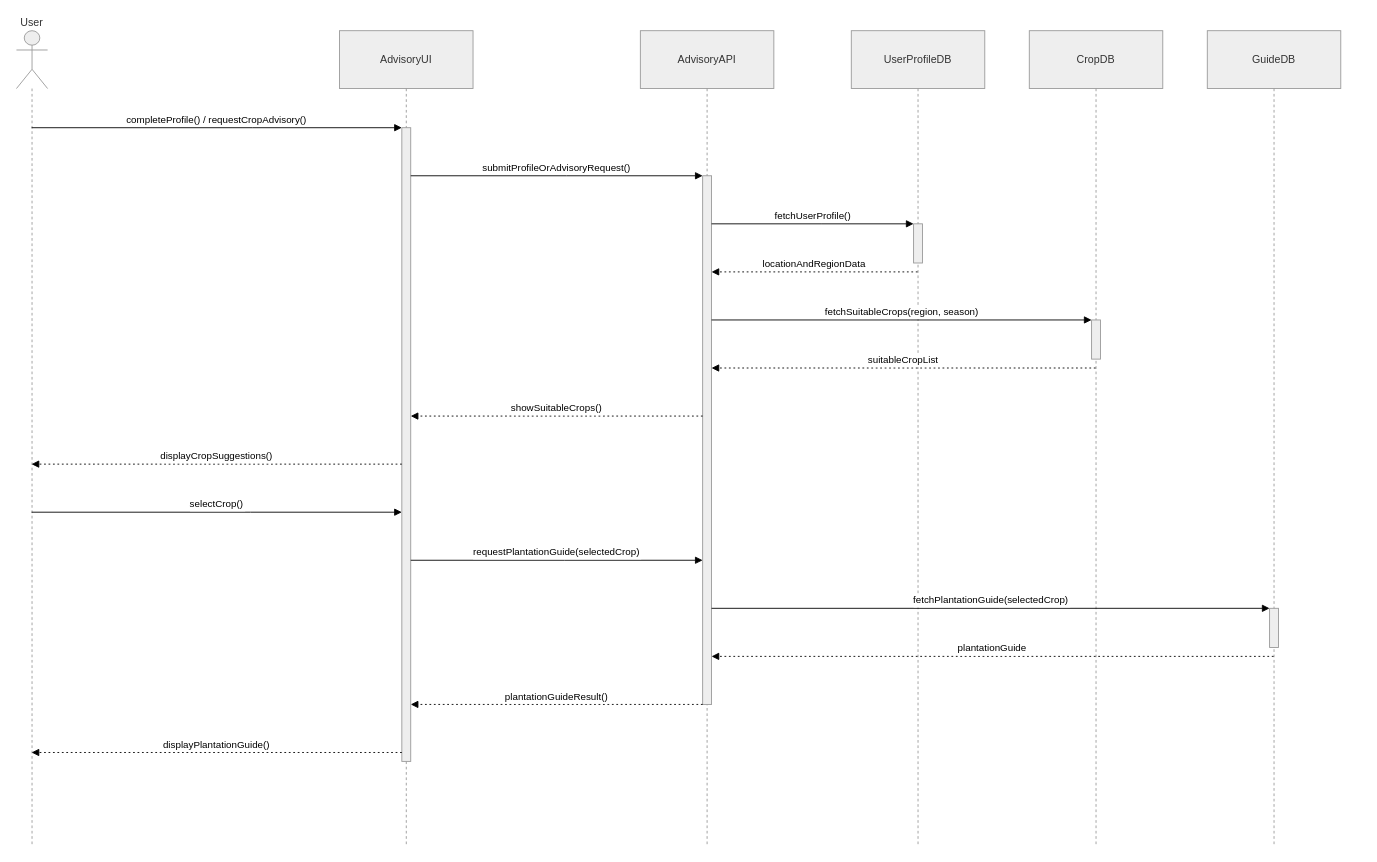
Earlier version of the draw.io diagram final/Sequence Diagram for Crop Advisory and Plantation Guide.drawio (bidur7745/Drawio-Files). Source tidied: cells renumbered, new cells numbered last; positions are measured from the earlier drawing's top-left corner, leaving out a move shared by most shapes. Both pictures are drawn from the tidied source at 89%, with x=0, y=0 at pixel (16, 30).
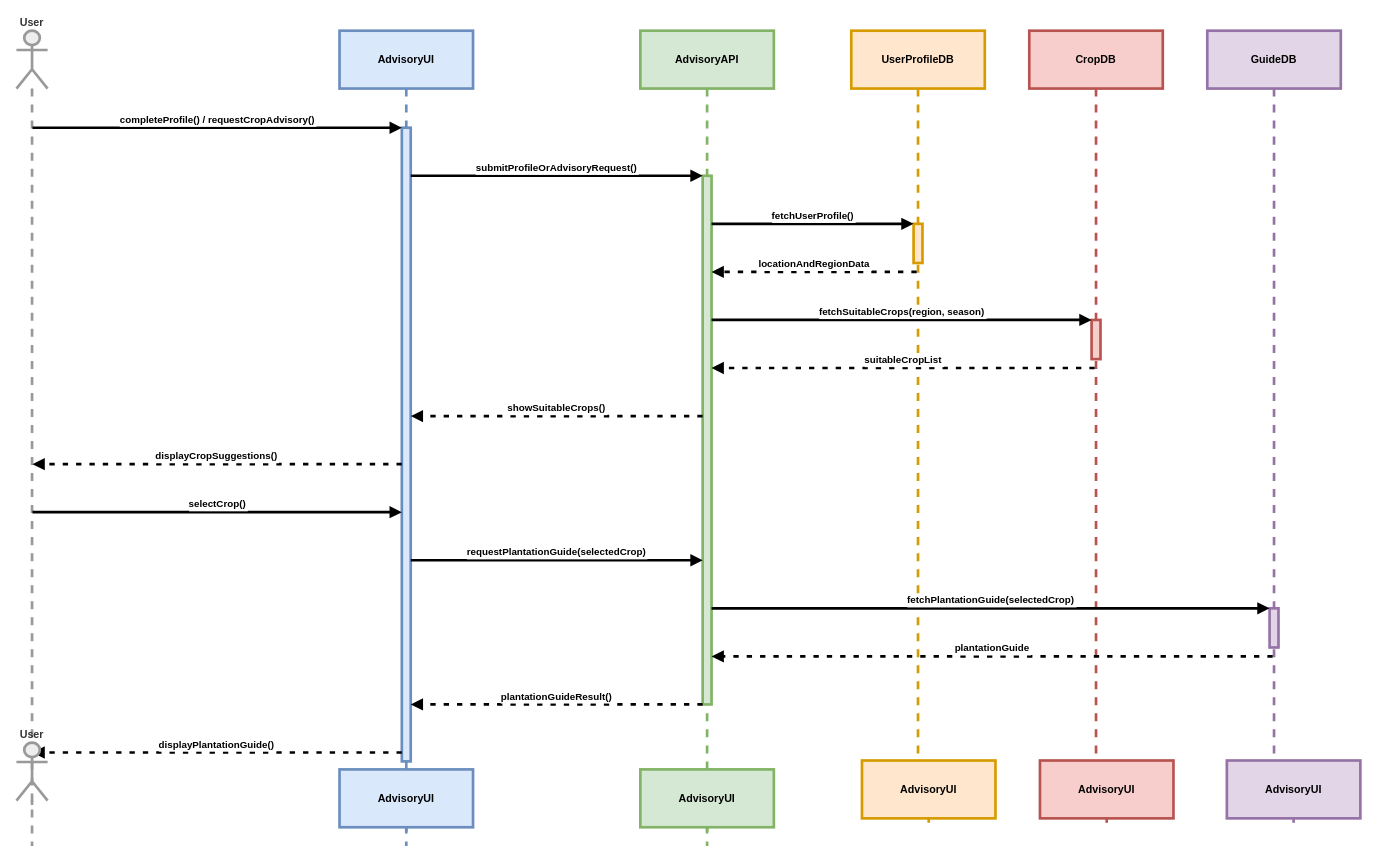
The same diagram, later.

Diff of the diagram source:
```diff
@@
-    <mxCell id="2" value="User" style="shape=umlLifeline;perimeter=lifelinePerimeter;whiteSpace=wrap;outlineConnect=0;portConstraint=eastwest;newEdgeStyle={&quot;edgeStyle&quot;:&quot;elbowEdgeStyle&quot;,&quot;elbow&quot;:&quot;vertical&quot;,&quot;curved&quot;:0,&quot;rounded&quot;:0};participant=umlActor;verticalAlign=bottom;labelPosition=center;verticalLabelPosition=top;align=center;size=65;fillColor=light-dark(#eeeeee,#1f2020);strokeColor=light-dark(#999999,#cccccc);fontColor=light-dark(#333333,#cccccc);" parent="1" vertex="1">
+    <mxCell id="2" value="User" style="shape=umlLifeline;perimeter=lifelinePerimeter;whiteSpace=wrap;outlineConnect=0;portConstraint=eastwest;newEdgeStyle={&quot;edgeStyle&quot;:&quot;elbowEdgeStyle&quot;,&quot;elbow&quot;:&quot;vertical&quot;,&quot;curved&quot;:0,&quot;rounded&quot;:0};participant=umlActor;verticalAlign=bottom;labelPosition=center;verticalLabelPosition=top;align=center;size=65;fillColor=light-dark(#eeeeee,#1f2020);strokeColor=light-dark(#999999,#cccccc);fontColor=light-dark(#333333,#cccccc);strokeWidth=3;fontStyle=1;" parent="1" vertex="1">
       <mxGeometry width="35" height="916" as="geometry" />
     </mxCell>
-    <mxCell id="3" value="AdvisoryUI" style="shape=umlLifeline;perimeter=lifelinePerimeter;whiteSpace=wrap;newEdgeStyle={&quot;edgeStyle&quot;:&quot;elbowEdgeStyle&quot;,&quot;elbow&quot;:&quot;vertical&quot;,&quot;curved&quot;:0,&quot;rounded&quot;:0};size=65;fillColor=light-dark(#eeeeee,#1f2020);strokeColor=light-dark(#999999,#cccccc);fontColor=light-dark(#333333,#cccccc);" parent="1" vertex="1">
+    <mxCell id="3" value="AdvisoryUI" style="shape=umlLifeline;perimeter=lifelinePerimeter;whiteSpace=wrap;newEdgeStyle={&quot;edgeStyle&quot;:&quot;elbowEdgeStyle&quot;,&quot;elbow&quot;:&quot;vertical&quot;,&quot;curved&quot;:0,&quot;rounded&quot;:0};size=65;fillColor=#dae8fc;strokeColor=#6c8ebf;strokeWidth=3;fontStyle=1;" parent="1" vertex="1">
       <mxGeometry x="363" width="150" height="916" as="geometry" />
     </mxCell>
-    <mxCell id="4" style="points=[];perimeter=orthogonalPerimeter;outlineConnect=0;targetShapes=umlLifeline;portConstraint=eastwest;newEdgeStyle={&quot;edgeStyle&quot;:&quot;elbowEdgeStyle&quot;,&quot;elbow&quot;:&quot;vertical&quot;,&quot;curved&quot;:0,&quot;rounded&quot;:0};fillColor=light-dark(#eeeeee,#1f2020);strokeColor=light-dark(#999999,#cccccc);fontColor=light-dark(#333333,#cccccc);" parent="3" vertex="1">
+    <mxCell id="4" style="points=[];perimeter=orthogonalPerimeter;outlineConnect=0;targetShapes=umlLifeline;portConstraint=eastwest;newEdgeStyle={&quot;edgeStyle&quot;:&quot;elbowEdgeStyle&quot;,&quot;elbow&quot;:&quot;vertical&quot;,&quot;curved&quot;:0,&quot;rounded&quot;:0};fillColor=#dae8fc;strokeColor=#6c8ebf;strokeWidth=3;fontStyle=1;" parent="3" vertex="1">
       <mxGeometry x="70" y="109" width="10" height="712" as="geometry" />
     </mxCell>
-    <mxCell id="5" value="AdvisoryAPI" style="shape=umlLifeline;perimeter=lifelinePerimeter;whiteSpace=wrap;newEdgeStyle={&quot;edgeStyle&quot;:&quot;elbowEdgeStyle&quot;,&quot;elbow&quot;:&quot;vertical&quot;,&quot;curved&quot;:0,&quot;rounded&quot;:0};size=65;fillColor=light-dark(#eeeeee,#1f2020);strokeColor=light-dark(#999999,#cccccc);fontColor=light-dark(#333333,#cccccc);" parent="1" vertex="1">
+    <mxCell id="5" value="AdvisoryAPI" style="shape=umlLifeline;perimeter=lifelinePerimeter;whiteSpace=wrap;newEdgeStyle={&quot;edgeStyle&quot;:&quot;elbowEdgeStyle&quot;,&quot;elbow&quot;:&quot;vertical&quot;,&quot;curved&quot;:0,&quot;rounded&quot;:0};size=65;fillColor=#d5e8d4;strokeColor=#82b366;strokeWidth=3;fontStyle=1;" parent="1" vertex="1">
       <mxGeometry x="701" width="150" height="916" as="geometry" />
     </mxCell>
-    <mxCell id="6" style="points=[];perimeter=orthogonalPerimeter;outlineConnect=0;targetShapes=umlLifeline;portConstraint=eastwest;newEdgeStyle={&quot;edgeStyle&quot;:&quot;elbowEdgeStyle&quot;,&quot;elbow&quot;:&quot;vertical&quot;,&quot;curved&quot;:0,&quot;rounded&quot;:0};fillColor=light-dark(#eeeeee,#1f2020);strokeColor=light-dark(#999999,#cccccc);fontColor=light-dark(#333333,#cccccc);" parent="5" vertex="1">
+    <mxCell id="6" style="points=[];perimeter=orthogonalPerimeter;outlineConnect=0;targetShapes=umlLifeline;portConstraint=eastwest;newEdgeStyle={&quot;edgeStyle&quot;:&quot;elbowEdgeStyle&quot;,&quot;elbow&quot;:&quot;vertical&quot;,&quot;curved&quot;:0,&quot;rounded&quot;:0};fillColor=#d5e8d4;strokeColor=#82b366;strokeWidth=3;fontStyle=1;" parent="5" vertex="1">
       <mxGeometry x="70" y="163" width="10" height="594" as="geometry" />
     </mxCell>
-    <mxCell id="7" value="UserProfileDB" style="shape=umlLifeline;perimeter=lifelinePerimeter;whiteSpace=wrap;outlineConnect=0;portConstraint=eastwest;newEdgeStyle={&quot;edgeStyle&quot;:&quot;elbowEdgeStyle&quot;,&quot;elbow&quot;:&quot;vertical&quot;,&quot;curved&quot;:0,&quot;rounded&quot;:0};size=65;fillColor=light-dark(#eeeeee,#1f2020);strokeColor=light-dark(#999999,#cccccc);fontColor=light-dark(#333333,#cccccc);" parent="1" vertex="1">
-      <mxGeometry x="938" width="150" height="916" as="geometry" />
+    <mxCell id="7" value="UserProfileDB" style="shape=umlLifeline;perimeter=lifelinePerimeter;whiteSpace=wrap;outlineConnect=0;portConstraint=eastwest;newEdgeStyle={&quot;edgeStyle&quot;:&quot;elbowEdgeStyle&quot;,&quot;elbow&quot;:&quot;vertical&quot;,&quot;curved&quot;:0,&quot;rounded&quot;:0};size=65;fillColor=#ffe6cc;strokeColor=#d79b00;strokeWidth=3;fontStyle=1;" parent="1" vertex="1">
+      <mxGeometry x="938" width="150" height="890" as="geometry" />
     </mxCell>
-    <mxCell id="8" style="points=[];perimeter=orthogonalPerimeter;outlineConnect=0;targetShapes=umlLifeline;portConstraint=eastwest;newEdgeStyle={&quot;edgeStyle&quot;:&quot;elbowEdgeStyle&quot;,&quot;elbow&quot;:&quot;vertical&quot;,&quot;curved&quot;:0,&quot;rounded&quot;:0};fillColor=light-dark(#eeeeee,#1f2020);strokeColor=light-dark(#999999,#cccccc);fontColor=light-dark(#333333,#cccccc);" parent="7" vertex="1">
+    <mxCell id="8" style="points=[];perimeter=orthogonalPerimeter;outlineConnect=0;targetShapes=umlLifeline;portConstraint=eastwest;newEdgeStyle={&quot;edgeStyle&quot;:&quot;elbowEdgeStyle&quot;,&quot;elbow&quot;:&quot;vertical&quot;,&quot;curved&quot;:0,&quot;rounded&quot;:0};fillColor=#ffe6cc;strokeColor=#d79b00;strokeWidth=3;fontStyle=1;" parent="7" vertex="1">
       <mxGeometry x="70" y="217" width="10" height="44" as="geometry" />
     </mxCell>
-    <mxCell id="9" value="CropDB" style="shape=umlLifeline;perimeter=lifelinePerimeter;whiteSpace=wrap;outlineConnect=0;portConstraint=eastwest;newEdgeStyle={&quot;edgeStyle&quot;:&quot;elbowEdgeStyle&quot;,&quot;elbow&quot;:&quot;vertical&quot;,&quot;curved&quot;:0,&quot;rounded&quot;:0};size=65;fillColor=light-dark(#eeeeee,#1f2020);strokeColor=light-dark(#999999,#cccccc);fontColor=light-dark(#333333,#cccccc);" parent="1" vertex="1">
-      <mxGeometry x="1138" width="150" height="916" as="geometry" />
+    <mxCell id="9" value="CropDB" style="shape=umlLifeline;perimeter=lifelinePerimeter;whiteSpace=wrap;outlineConnect=0;portConstraint=eastwest;newEdgeStyle={&quot;edgeStyle&quot;:&quot;elbowEdgeStyle&quot;,&quot;elbow&quot;:&quot;vertical&quot;,&quot;curved&quot;:0,&quot;rounded&quot;:0};size=65;fillColor=#f8cecc;strokeColor=#b85450;strokeWidth=3;fontStyle=1;" parent="1" vertex="1">
+      <mxGeometry x="1138" width="150" height="890" as="geometry" />
     </mxCell>
-    <mxCell id="10" style="points=[];perimeter=orthogonalPerimeter;outlineConnect=0;targetShapes=umlLifeline;portConstraint=eastwest;newEdgeStyle={&quot;edgeStyle&quot;:&quot;elbowEdgeStyle&quot;,&quot;elbow&quot;:&quot;vertical&quot;,&quot;curved&quot;:0,&quot;rounded&quot;:0};fillColor=light-dark(#eeeeee,#1f2020);strokeColor=light-dark(#999999,#cccccc);fontColor=light-dark(#333333,#cccccc);" parent="9" vertex="1">
+    <mxCell id="10" style="points=[];perimeter=orthogonalPerimeter;outlineConnect=0;targetShapes=umlLifeline;portConstraint=eastwest;newEdgeStyle={&quot;edgeStyle&quot;:&quot;elbowEdgeStyle&quot;,&quot;elbow&quot;:&quot;vertical&quot;,&quot;curved&quot;:0,&quot;rounded&quot;:0};fillColor=#f8cecc;strokeColor=#b85450;strokeWidth=3;fontStyle=1;" parent="9" vertex="1">
       <mxGeometry x="70" y="325" width="10" height="44" as="geometry" />
     </mxCell>
-    <mxCell id="11" value="GuideDB" style="shape=umlLifeline;perimeter=lifelinePerimeter;whiteSpace=wrap;outlineConnect=0;portConstraint=eastwest;newEdgeStyle={&quot;edgeStyle&quot;:&quot;elbowEdgeStyle&quot;,&quot;elbow&quot;:&quot;vertical&quot;,&quot;curved&quot;:0,&quot;rounded&quot;:0};size=65;fillColor=light-dark(#eeeeee,#1f2020);strokeColor=light-dark(#999999,#cccccc);fontColor=light-dark(#333333,#cccccc);" parent="1" vertex="1">
-      <mxGeometry x="1338" width="150" height="916" as="geometry" />
+    <mxCell id="11" value="GuideDB" style="shape=umlLifeline;perimeter=lifelinePerimeter;whiteSpace=wrap;outlineConnect=0;portConstraint=eastwest;newEdgeStyle={&quot;edgeStyle&quot;:&quot;elbowEdgeStyle&quot;,&quot;elbow&quot;:&quot;vertical&quot;,&quot;curved&quot;:0,&quot;rounded&quot;:0};size=65;fillColor=#e1d5e7;strokeColor=#9673a6;strokeWidth=3;fontStyle=1;" parent="1" vertex="1">
+      <mxGeometry x="1338" width="150" height="890" as="geometry" />
     </mxCell>
-    <mxCell id="12" style="points=[];perimeter=orthogonalPerimeter;outlineConnect=0;targetShapes=umlLifeline;portConstraint=eastwest;newEdgeStyle={&quot;edgeStyle&quot;:&quot;elbowEdgeStyle&quot;,&quot;elbow&quot;:&quot;vertical&quot;,&quot;curved&quot;:0,&quot;rounded&quot;:0};fillColor=light-dark(#eeeeee,#1f2020);strokeColor=light-dark(#999999,#cccccc);fontColor=light-dark(#333333,#cccccc);" parent="11" vertex="1">
+    <mxCell id="12" style="points=[];perimeter=orthogonalPerimeter;outlineConnect=0;targetShapes=umlLifeline;portConstraint=eastwest;newEdgeStyle={&quot;edgeStyle&quot;:&quot;elbowEdgeStyle&quot;,&quot;elbow&quot;:&quot;vertical&quot;,&quot;curved&quot;:0,&quot;rounded&quot;:0};fillColor=#e1d5e7;strokeColor=#9673a6;strokeWidth=3;fontStyle=1;" parent="11" vertex="1">
       <mxGeometry x="70" y="649" width="10" height="44" as="geometry" />
     </mxCell>
-    <mxCell id="13" value="completeProfile() / requestCropAdvisory()" style="verticalAlign=bottom;edgeStyle=elbowEdgeStyle;elbow=vertical;curved=0;rounded=0;endArrow=block;" parent="1" edge="1" source="2" target="4">
+    <mxCell id="13" value="completeProfile() / requestCropAdvisory()" style="verticalAlign=bottom;edgeStyle=elbowEdgeStyle;elbow=vertical;curved=0;rounded=0;endArrow=block;strokeWidth=3;fontStyle=1;" parent="1" edge="1" source="2" target="4">
       <mxGeometry relative="1" as="geometry">
         <Array as="points">
           <mxPoint x="265" y="109" />
         </Array>
       </mxGeometry>
     </mxCell>
-    <mxCell id="14" value="submitProfileOrAdvisoryRequest()" style="verticalAlign=bottom;edgeStyle=elbowEdgeStyle;elbow=vertical;curved=0;rounded=0;endArrow=block;" parent="1" edge="1" source="4" target="6">
+    <mxCell id="14" value="submitProfileOrAdvisoryRequest()" style="verticalAlign=bottom;edgeStyle=elbowEdgeStyle;elbow=vertical;curved=0;rounded=0;endArrow=block;strokeWidth=3;fontStyle=1;" parent="1" edge="1" source="4" target="6">
       <mxGeometry relative="1" as="geometry">
         <Array as="points">
           <mxPoint x="618" y="163" />
         </Array>
       </mxGeometry>
     </mxCell>
-    <mxCell id="15" value="fetchUserProfile()" style="verticalAlign=bottom;edgeStyle=elbowEdgeStyle;elbow=vertical;curved=0;rounded=0;endArrow=block;" parent="1" edge="1" source="6" target="8">
+    <mxCell id="15" value="fetchUserProfile()" style="verticalAlign=bottom;edgeStyle=elbowEdgeStyle;elbow=vertical;curved=0;rounded=0;endArrow=block;strokeWidth=3;fontStyle=1;" parent="1" edge="1" source="6" target="8">
       <mxGeometry relative="1" as="geometry">
         <Array as="points">
           <mxPoint x="905" y="217" />
         </Array>
       </mxGeometry>
     </mxCell>
-    <mxCell id="16" value="locationAndRegionData" style="verticalAlign=bottom;edgeStyle=elbowEdgeStyle;elbow=vertical;curved=0;rounded=0;dashed=1;dashPattern=2 3;endArrow=block;" parent="1" edge="1" source="7" target="6">
+    <mxCell id="16" value="locationAndRegionData" style="verticalAlign=bottom;edgeStyle=elbowEdgeStyle;elbow=vertical;curved=0;rounded=0;dashed=1;dashPattern=2 3;endArrow=block;strokeWidth=3;fontStyle=1;" parent="1" edge="1" source="7" target="6">
       <mxGeometry relative="1" as="geometry">
         <Array as="points">
           <mxPoint x="906" y="271" />
         </Array>
       </mxGeometry>
     </mxCell>
-    <mxCell id="17" value="fetchSuitableCrops(region, season)" style="verticalAlign=bottom;edgeStyle=elbowEdgeStyle;elbow=vertical;curved=0;rounded=0;endArrow=block;" parent="1" edge="1" source="6" target="10">
+    <mxCell id="17" value="fetchSuitableCrops(region, season)" style="verticalAlign=bottom;edgeStyle=elbowEdgeStyle;elbow=vertical;curved=0;rounded=0;endArrow=block;strokeWidth=3;fontStyle=1;" parent="1" edge="1" source="6" target="10">
       <mxGeometry relative="1" as="geometry">
         <Array as="points">
           <mxPoint x="1005" y="325" />
         </Array>
       </mxGeometry>
     </mxCell>
-    <mxCell id="18" value="suitableCropList" style="verticalAlign=bottom;edgeStyle=elbowEdgeStyle;elbow=vertical;curved=0;rounded=0;dashed=1;dashPattern=2 3;endArrow=block;" parent="1" edge="1" source="9" target="6">
+    <mxCell id="18" value="suitableCropList" style="verticalAlign=bottom;edgeStyle=elbowEdgeStyle;elbow=vertical;curved=0;rounded=0;dashed=1;dashPattern=2 3;endArrow=block;strokeWidth=3;fontStyle=1;" parent="1" edge="1" source="9" target="6">
       <mxGeometry relative="1" as="geometry">
         <Array as="points">
           <mxPoint x="1006" y="379" />
         </Array>
       </mxGeometry>
     </mxCell>
-    <mxCell id="19" value="showSuitableCrops()" style="verticalAlign=bottom;edgeStyle=elbowEdgeStyle;elbow=vertical;curved=0;rounded=0;dashed=1;dashPattern=2 3;endArrow=block;" parent="1" edge="1" source="6" target="4">
+    <mxCell id="19" value="showSuitableCrops()" style="verticalAlign=bottom;edgeStyle=elbowEdgeStyle;elbow=vertical;curved=0;rounded=0;dashed=1;dashPattern=2 3;endArrow=block;strokeWidth=3;fontStyle=1;" parent="1" edge="1" source="6" target="4">
       <mxGeometry relative="1" as="geometry">
         <Array as="points">
           <mxPoint x="619" y="433" />
         </Array>
       </mxGeometry>
     </mxCell>
-    <mxCell id="20" value="displayCropSuggestions()" style="verticalAlign=bottom;edgeStyle=elbowEdgeStyle;elbow=vertical;curved=0;rounded=0;dashed=1;dashPattern=2 3;endArrow=block;" parent="1" edge="1" source="4" target="2">
+    <mxCell id="20" value="displayCropSuggestions()" style="verticalAlign=bottom;edgeStyle=elbowEdgeStyle;elbow=vertical;curved=0;rounded=0;dashed=1;dashPattern=2 3;endArrow=block;strokeWidth=3;fontStyle=1;" parent="1" edge="1" source="4" target="2">
       <mxGeometry relative="1" as="geometry">
         <Array as="points">
           <mxPoint x="266" y="487" />
         </Array>
       </mxGeometry>
     </mxCell>
-    <mxCell id="21" value="selectCrop()" style="verticalAlign=bottom;edgeStyle=elbowEdgeStyle;elbow=vertical;curved=0;rounded=0;endArrow=block;" parent="1" edge="1" source="2" target="4">
+    <mxCell id="21" value="selectCrop()" style="verticalAlign=bottom;edgeStyle=elbowEdgeStyle;elbow=vertical;curved=0;rounded=0;endArrow=block;strokeWidth=3;fontStyle=1;" parent="1" edge="1" source="2" target="4">
       <mxGeometry relative="1" as="geometry">
         <Array as="points">
           <mxPoint x="263" y="541" />
         </Array>
       </mxGeometry>
     </mxCell>
-    <mxCell id="22" value="requestPlantationGuide(selectedCrop)" style="verticalAlign=bottom;edgeStyle=elbowEdgeStyle;elbow=vertical;curved=0;rounded=0;endArrow=block;" parent="1" edge="1" source="4" target="6">
+    <mxCell id="22" value="requestPlantationGuide(selectedCrop)" style="verticalAlign=bottom;edgeStyle=elbowEdgeStyle;elbow=vertical;curved=0;rounded=0;endArrow=block;strokeWidth=3;fontStyle=1;" parent="1" edge="1" source="4" target="6">
       <mxGeometry relative="1" as="geometry">
         <Array as="points">
           <mxPoint x="616" y="595" />
         </Array>
       </mxGeometry>
     </mxCell>
-    <mxCell id="23" value="fetchPlantationGuide(selectedCrop)" style="verticalAlign=bottom;edgeStyle=elbowEdgeStyle;elbow=vertical;curved=0;rounded=0;endArrow=block;" parent="1" edge="1" source="6" target="12">
+    <mxCell id="23" value="fetchPlantationGuide(selectedCrop)" style="verticalAlign=bottom;edgeStyle=elbowEdgeStyle;elbow=vertical;curved=0;rounded=0;endArrow=block;strokeWidth=3;fontStyle=1;" parent="1" edge="1" source="6" target="12">
       <mxGeometry relative="1" as="geometry">
         <Array as="points">
           <mxPoint x="1105" y="649" />
         </Array>
       </mxGeometry>
     </mxCell>
-    <mxCell id="24" value="plantationGuide" style="verticalAlign=bottom;edgeStyle=elbowEdgeStyle;elbow=vertical;curved=0;rounded=0;dashed=1;dashPattern=2 3;endArrow=block;" parent="1" edge="1" source="11" target="6">
+    <mxCell id="24" value="plantationGuide" style="verticalAlign=bottom;edgeStyle=elbowEdgeStyle;elbow=vertical;curved=0;rounded=0;dashed=1;dashPattern=2 3;endArrow=block;strokeWidth=3;fontStyle=1;" parent="1" edge="1" source="11" target="6">
       <mxGeometry relative="1" as="geometry">
         <Array as="points">
           <mxPoint x="1106" y="703" />
         </Array>
       </mxGeometry>
     </mxCell>
-    <mxCell id="25" value="plantationGuideResult()" style="verticalAlign=bottom;edgeStyle=elbowEdgeStyle;elbow=vertical;curved=0;rounded=0;dashed=1;dashPattern=2 3;endArrow=block;" parent="1" edge="1" source="6" target="4">
+    <mxCell id="25" value="plantationGuideResult()" style="verticalAlign=bottom;edgeStyle=elbowEdgeStyle;elbow=vertical;curved=0;rounded=0;dashed=1;dashPattern=2 3;endArrow=block;strokeWidth=3;fontStyle=1;" parent="1" edge="1" source="6" target="4">
       <mxGeometry relative="1" as="geometry">
         <Array as="points">
           <mxPoint x="619" y="757" />
         </Array>
       </mxGeometry>
     </mxCell>
-    <mxCell id="26" value="displayPlantationGuide()" style="verticalAlign=bottom;edgeStyle=elbowEdgeStyle;elbow=vertical;curved=0;rounded=0;dashed=1;dashPattern=2 3;endArrow=block;" parent="1" edge="1" source="4" target="2">
+    <mxCell id="26" value="displayPlantationGuide()" style="verticalAlign=bottom;edgeStyle=elbowEdgeStyle;elbow=vertical;curved=0;rounded=0;dashed=1;dashPattern=2 3;endArrow=block;strokeWidth=3;fontStyle=1;" parent="1" edge="1" source="4" target="2">
       <mxGeometry relative="1" as="geometry">
         <Array as="points">
           <mxPoint x="266" y="811" />
         </Array>
       </mxGeometry>
     </mxCell>
+    <mxCell id="27" value="AdvisoryUI" style="shape=umlLifeline;perimeter=lifelinePerimeter;whiteSpace=wrap;newEdgeStyle={&quot;edgeStyle&quot;:&quot;elbowEdgeStyle&quot;,&quot;elbow&quot;:&quot;vertical&quot;,&quot;curved&quot;:0,&quot;rounded&quot;:0};size=65;fillColor=#dae8fc;strokeColor=#6c8ebf;strokeWidth=3;fontStyle=1;" parent="1" vertex="1">
+      <mxGeometry x="363" y="830" width="150" height="70" as="geometry" />
+    </mxCell>
+    <mxCell id="28" value="AdvisoryUI" style="shape=umlLifeline;perimeter=lifelinePerimeter;whiteSpace=wrap;newEdgeStyle={&quot;edgeStyle&quot;:&quot;elbowEdgeStyle&quot;,&quot;elbow&quot;:&quot;vertical&quot;,&quot;curved&quot;:0,&quot;rounded&quot;:0};size=65;fillColor=#d5e8d4;strokeColor=#82b366;strokeWidth=3;fontStyle=1;" parent="1" vertex="1">
+      <mxGeometry x="701" y="830" width="150" height="70" as="geometry" />
+    </mxCell>
+    <mxCell id="29" value="AdvisoryUI" style="shape=umlLifeline;perimeter=lifelinePerimeter;whiteSpace=wrap;newEdgeStyle={&quot;edgeStyle&quot;:&quot;elbowEdgeStyle&quot;,&quot;elbow&quot;:&quot;vertical&quot;,&quot;curved&quot;:0,&quot;rounded&quot;:0};size=65;fillColor=#ffe6cc;strokeColor=#d79b00;strokeWidth=3;fontStyle=1;" parent="1" vertex="1">
+      <mxGeometry x="950" y="820" width="150" height="70" as="geometry" />
+    </mxCell>
+    <mxCell id="30" value="AdvisoryUI" style="shape=umlLifeline;perimeter=lifelinePerimeter;whiteSpace=wrap;newEdgeStyle={&quot;edgeStyle&quot;:&quot;elbowEdgeStyle&quot;,&quot;elbow&quot;:&quot;vertical&quot;,&quot;curved&quot;:0,&quot;rounded&quot;:0};size=65;fillColor=#f8cecc;strokeColor=#b85450;strokeWidth=3;fontStyle=1;" parent="1" vertex="1">
+      <mxGeometry x="1150" y="820" width="150" height="70" as="geometry" />
+    </mxCell>
+    <mxCell id="31" value="AdvisoryUI" style="shape=umlLifeline;perimeter=lifelinePerimeter;whiteSpace=wrap;newEdgeStyle={&quot;edgeStyle&quot;:&quot;elbowEdgeStyle&quot;,&quot;elbow&quot;:&quot;vertical&quot;,&quot;curved&quot;:0,&quot;rounded&quot;:0};size=65;fillColor=#e1d5e7;strokeColor=#9673a6;strokeWidth=3;fontStyle=1;" parent="1" vertex="1">
+      <mxGeometry x="1360" y="820" width="150" height="70" as="geometry" />
+    </mxCell>
+    <mxCell id="32" value="User" style="shape=umlLifeline;perimeter=lifelinePerimeter;whiteSpace=wrap;newEdgeStyle={&quot;edgeStyle&quot;:&quot;elbowEdgeStyle&quot;,&quot;elbow&quot;:&quot;vertical&quot;,&quot;curved&quot;:0,&quot;rounded&quot;:0};participant=umlActor;verticalAlign=bottom;labelPosition=center;verticalLabelPosition=top;align=center;size=65;fillColor=light-dark(#eeeeee,#1f2020);strokeColor=light-dark(#999999,#cccccc);fontColor=light-dark(#333333,#cccccc);strokeWidth=3;fontStyle=1;" parent="1" vertex="1">
+      <mxGeometry y="800" width="35" height="70" as="geometry" />
+    </mxCell>
```
